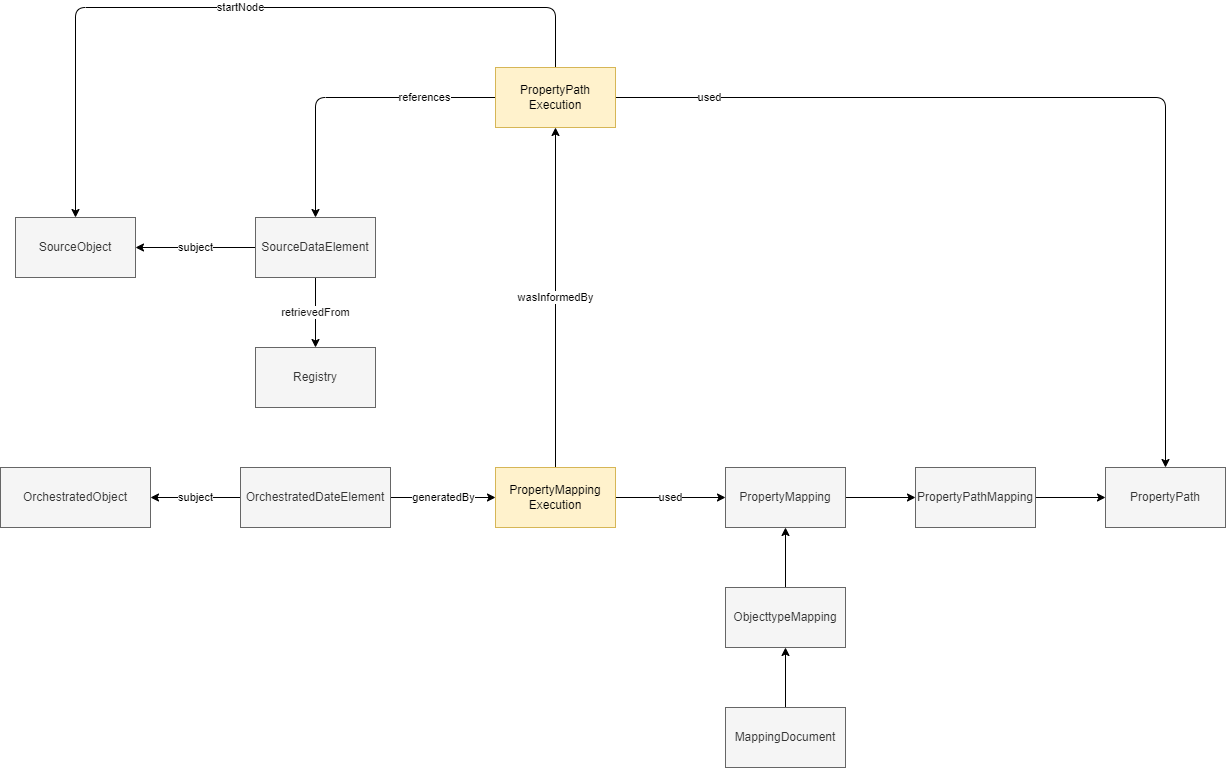
The draw.io diagram media/level4.2.png in Geonovum/IMX-LineageModel, before a commit. Source tidied: cells renumbered, new cells last; positions are measured from the earlier drawing's top-left corner, leaving out a move shared by most shapes.
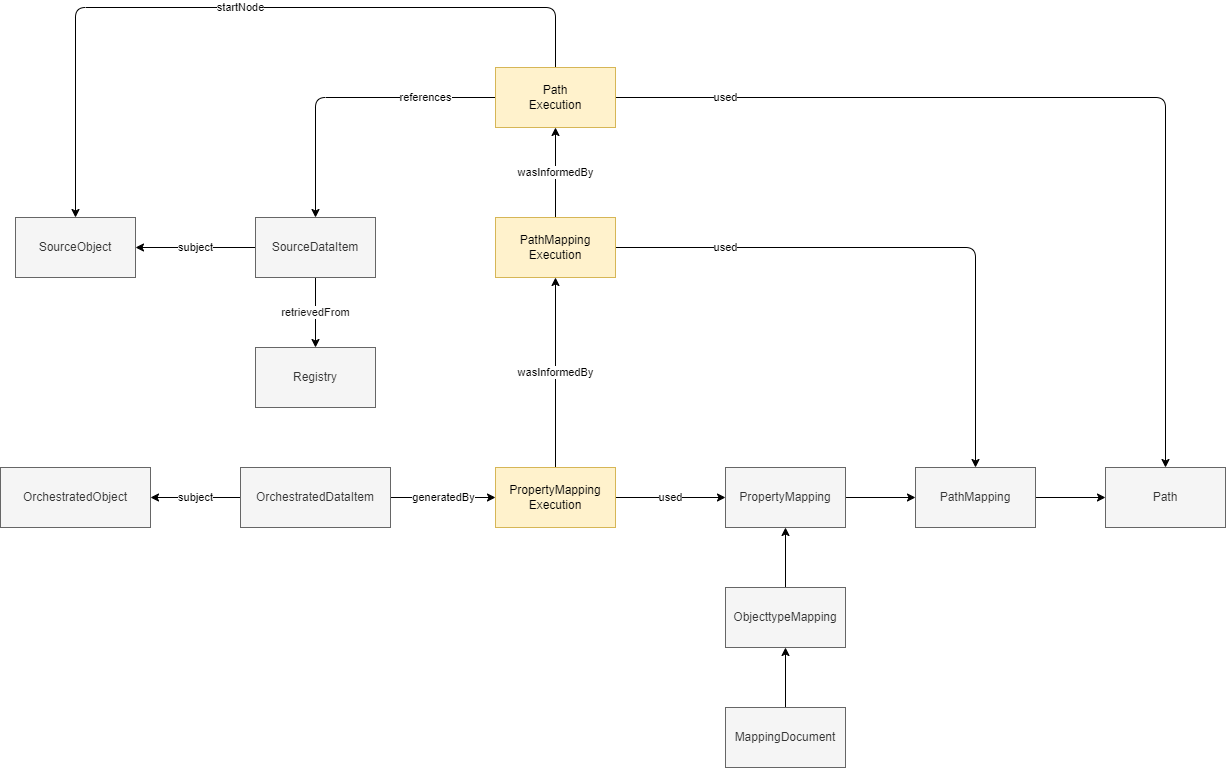
After the change.

The edit, as a diff of the source:
```diff
@@ -8,7 +8,7 @@
     <mxCell id="3" value="generatedBy" style="edgeStyle=none;html=1;" parent="1" edge="1" source="8" target="6">
       <mxGeometry relative="1" as="geometry" />
     </mxCell>
-    <mxCell id="4" value="wasInformedBy" style="edgeStyle=none;html=1;" parent="1" edge="1" source="6" target="12">
+    <mxCell id="4" value="wasInformedBy" style="edgeStyle=none;html=1;" parent="1" edge="1" source="6" target="29">
       <mxGeometry relative="1" as="geometry" />
     </mxCell>
     <mxCell id="5" value="used" style="edgeStyle=none;html=1;" parent="1" edge="1" source="6" target="26">
@@ -20,15 +20,14 @@
     <mxCell id="7" value="SourceObject" style="rounded=0;whiteSpace=wrap;html=1;fillColor=#f5f5f5;fontColor=#333333;strokeColor=#666666;" parent="1" vertex="1">
       <mxGeometry x="15" y="210" width="120" height="60" as="geometry" />
     </mxCell>
-    <mxCell id="8" value="OrchestratedDateElement" style="rounded=0;whiteSpace=wrap;html=1;fillColor=#f5f5f5;fontColor=#333333;strokeColor=#666666;" parent="1" vertex="1">
+    <mxCell id="8" value="OrchestratedDataItem" style="rounded=0;whiteSpace=wrap;html=1;fillColor=#f5f5f5;fontColor=#333333;strokeColor=#666666;" parent="1" vertex="1">
       <mxGeometry x="240" y="460" width="150" height="60" as="geometry" />
     </mxCell>
     <mxCell id="9" value="used" style="edgeStyle=none;html=1;" parent="1" edge="1" source="12" target="22">
-      <mxGeometry x="-0.8" relative="1" as="geometry">
+      <mxGeometry x="-0.76" relative="1" as="geometry">
         <Array as="points">
           <mxPoint x="1165" y="90" />
         </Array>
-        <mxPoint x="1" as="offset" />
       </mxGeometry>
     </mxCell>
     <mxCell id="10" value="references" style="edgeStyle=none;html=1;startArrow=none;" parent="1" edge="1" source="12" target="16">
@@ -47,7 +46,7 @@
         </Array>
       </mxGeometry>
     </mxCell>
-    <mxCell id="12" value="PropertyPath&lt;br&gt;Execution" style="whiteSpace=wrap;html=1;fillColor=#fff2cc;strokeColor=#d6b656;" parent="1" vertex="1">
+    <mxCell id="12" value="Path&lt;br&gt;Execution" style="whiteSpace=wrap;html=1;fillColor=#fff2cc;strokeColor=#d6b656;" parent="1" vertex="1">
       <mxGeometry x="495" y="60" width="120" height="60" as="geometry" />
     </mxCell>
     <mxCell id="13" value="retrievedFrom" style="edgeStyle=none;html=1;fontColor=#121111;" parent="1" edge="1" source="16" target="14">
@@ -59,7 +58,7 @@
     <mxCell id="15" value="subject" style="edgeStyle=none;html=1;" parent="1" edge="1" source="16" target="7">
       <mxGeometry relative="1" as="geometry" />
     </mxCell>
-    <mxCell id="16" value="SourceDataElement" style="rounded=0;whiteSpace=wrap;html=1;fillColor=#f5f5f5;fontColor=#333333;strokeColor=#666666;" parent="1" vertex="1">
+    <mxCell id="16" value="SourceDataItem" style="rounded=0;whiteSpace=wrap;html=1;fillColor=#f5f5f5;fontColor=#333333;strokeColor=#666666;" parent="1" vertex="1">
       <mxGeometry x="255" y="210" width="120" height="60" as="geometry" />
     </mxCell>
     <mxCell id="17" value="OrchestratedObject" style="rounded=0;whiteSpace=wrap;html=1;fillColor=#f5f5f5;fontColor=#333333;strokeColor=#666666;" parent="1" vertex="1">
@@ -74,10 +73,10 @@
     <mxCell id="20" style="edgeStyle=none;html=1;" parent="1" edge="1" source="21" target="22">
       <mxGeometry relative="1" as="geometry" />
     </mxCell>
-    <mxCell id="21" value="PropertyPathMapping" style="rounded=0;whiteSpace=wrap;html=1;fillColor=#f5f5f5;fontColor=#333333;strokeColor=#666666;" parent="1" vertex="1">
+    <mxCell id="21" value="PathMapping" style="rounded=0;whiteSpace=wrap;html=1;fillColor=#f5f5f5;fontColor=#333333;strokeColor=#666666;" parent="1" vertex="1">
       <mxGeometry x="915" y="460" width="120" height="60" as="geometry" />
     </mxCell>
-    <mxCell id="22" value="PropertyPath" style="rounded=0;whiteSpace=wrap;html=1;fillColor=#f5f5f5;fontColor=#333333;strokeColor=#666666;" parent="1" vertex="1">
+    <mxCell id="22" value="Path" style="rounded=0;whiteSpace=wrap;html=1;fillColor=#f5f5f5;fontColor=#333333;strokeColor=#666666;" parent="1" vertex="1">
       <mxGeometry x="1105" y="460" width="120" height="60" as="geometry" />
     </mxCell>
     <mxCell id="23" style="edgeStyle=none;html=1;entryX=0.5;entryY=1;entryDx=0;entryDy=0;" parent="1" edge="1" source="24" target="26">
@@ -92,5 +91,18 @@
     <mxCell id="26" value="PropertyMapping" style="rounded=0;whiteSpace=wrap;html=1;fillColor=#f5f5f5;fontColor=#333333;strokeColor=#666666;" parent="1" vertex="1">
       <mxGeometry x="725" y="460" width="120" height="60" as="geometry" />
     </mxCell>
+    <mxCell id="27" value="wasInformedBy" style="edgeStyle=none;html=1;" parent="1" edge="1" source="29" target="12">
+      <mxGeometry relative="1" as="geometry" />
+    </mxCell>
+    <mxCell id="28" value="used" style="edgeStyle=none;html=1;" parent="1" edge="1" source="29" target="21">
+      <mxGeometry x="-0.62" relative="1" as="geometry">
+        <Array as="points">
+          <mxPoint x="975" y="240" />
+        </Array>
+      </mxGeometry>
+    </mxCell>
+    <mxCell id="29" value="PathMapping&lt;br&gt;Execution" style="whiteSpace=wrap;html=1;fillColor=#fff2cc;strokeColor=#d6b656;" parent="1" vertex="1">
+      <mxGeometry x="495" y="210" width="120" height="60" as="geometry" />
+    </mxCell>
   </root>
 </mxGraphModel>
```
